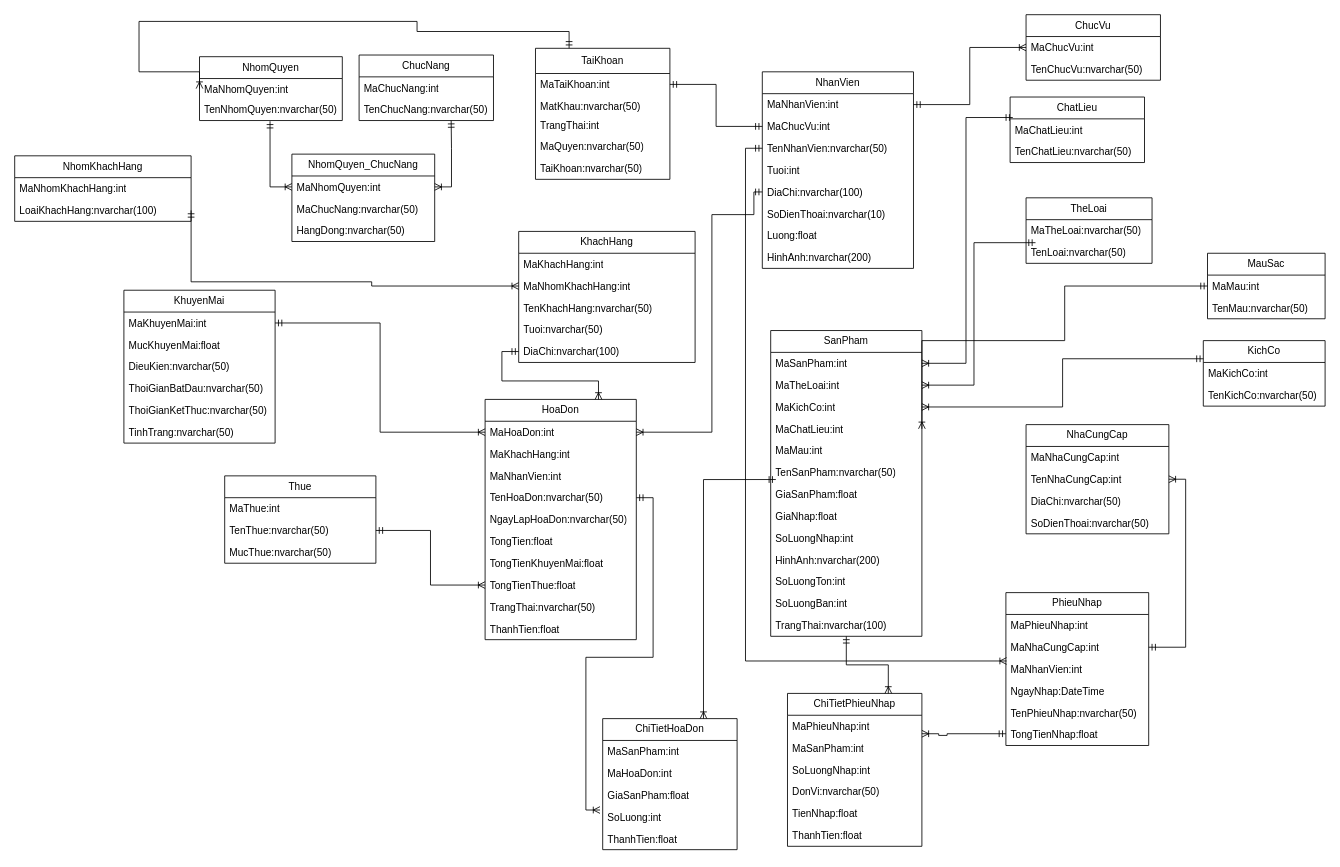
This is Biểu đồ không có tiêu đề (1).drawio from maivantai2003/Database, a draw.io file, before an edit. Source tidied: cells renumbered, new cells numbered last; positions are measured from the earlier drawing's top-left corner, leaving out a move shared by most shapes. Both pictures are drawn from the tidied source at 84%, with x=0, y=0 at pixel (14, 14).
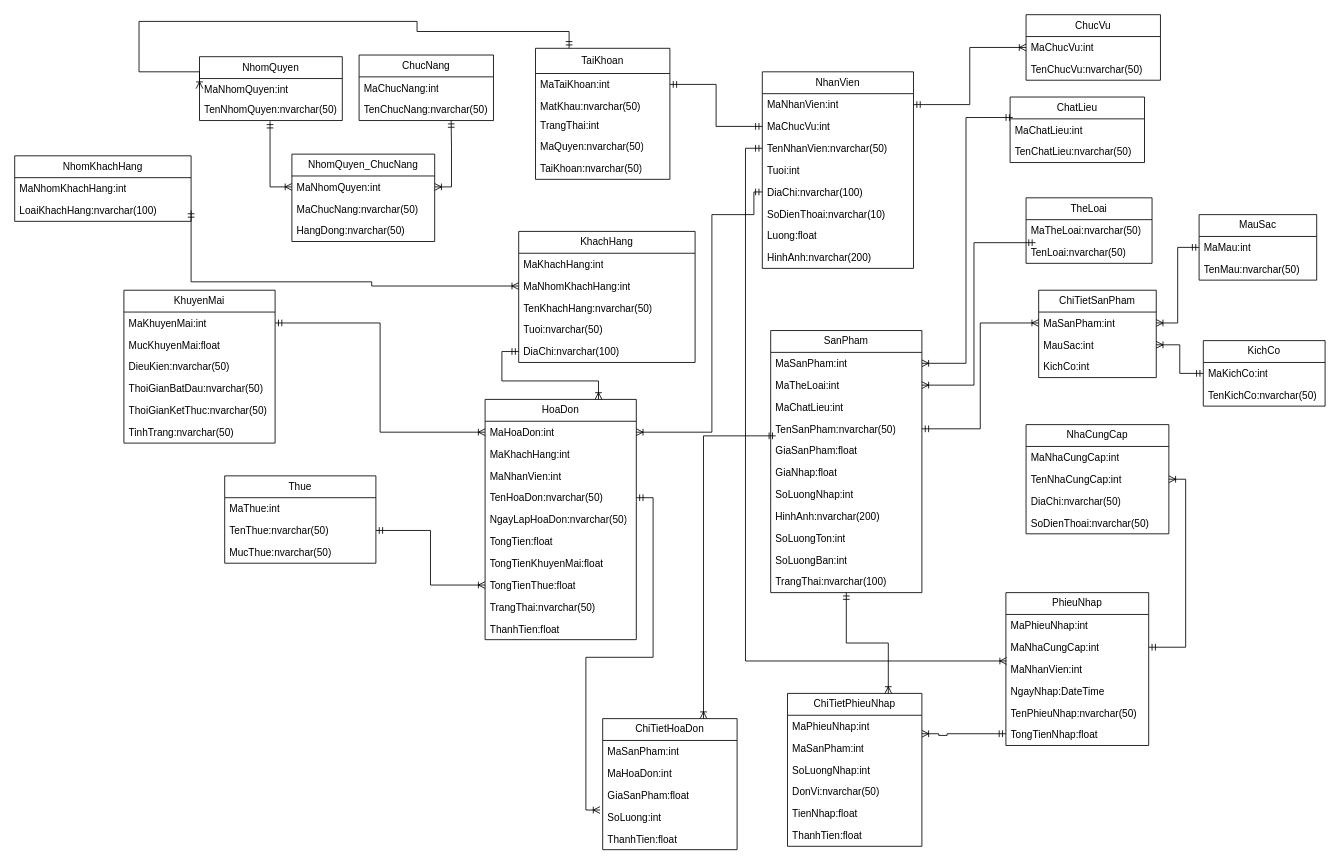
Above is the later version.

Commit message:
Cập nhật Biểu đồ không có tiêu đề (1).drawio

The change refers to these unchanged cells:
```xml
<mxCell id="64" value="MaKichCo:int" style="text;strokeColor=none;fillColor=none;align=left;verticalAlign=top;spacingLeft=4;spacingRight=4;overflow=hidden;points=[[0,0.5],[1,0.5]];portConstraint=eastwest;whiteSpace=wrap;html=1;" parent="63" vertex="1">
  <mxGeometry y="26" width="145" height="26" as="geometry" />
</mxCell>
<mxCell id="129" value="MaMau:int" style="text;strokeColor=none;fillColor=none;align=left;verticalAlign=top;spacingLeft=4;spacingRight=4;overflow=hidden;points=[[0,0.5],[1,0.5]];portConstraint=eastwest;whiteSpace=wrap;html=1;" parent="128" vertex="1">
  <mxGeometry y="26" width="140" height="26" as="geometry" />
</mxCell>
```

Diff of the diagram source:
```diff
@@
     <mxCell id="44" value="SanPham" style="swimlane;fontStyle=0;horizontal=1;startSize=26;fillColor=none;whiteSpace=wrap;html=1;" parent="1" vertex="1">
-      <mxGeometry x="900" y="376" width="180" height="364" as="geometry" />
+      <mxGeometry x="900" y="376" width="180" height="312" as="geometry" />
     </mxCell>
@@
-    <mxCell id="47" value="MaKichCo:int" style="text;strokeColor=none;fillColor=none;align=left;verticalAlign=top;spacingLeft=4;spacingRight=4;overflow=hidden;points=[[0,0.5],[1,0.5]];portConstraint=eastwest;whiteSpace=wrap;html=1;" parent="44" vertex="1">
-      <mxGeometry y="78" width="180" height="26" as="geometry" />
-    </mxCell>
     <mxCell id="48" value="MaChatLieu:int" style="text;strokeColor=none;fillColor=none;align=left;verticalAlign=top;spacingLeft=4;spacingRight=4;overflow=hidden;points=[[0,0.5],[1,0.5]];portConstraint=eastwest;whiteSpace=wrap;html=1;" parent="44" vertex="1">
-      <mxGeometry y="104" width="180" height="26" as="geometry" />
+      <mxGeometry y="78" width="180" height="26" as="geometry" />
     </mxCell>
-    <mxCell id="49" value="MaMau:int" style="text;strokeColor=none;fillColor=none;align=left;verticalAlign=top;spacingLeft=4;spacingRight=4;overflow=hidden;whiteSpace=wrap;html=1;" parent="44" vertex="1">
-      <mxGeometry y="130" width="180" height="26" as="geometry" />
-    </mxCell>
     <mxCell id="50" value="TenSanPham:nvarchar(50)" style="text;strokeColor=none;fillColor=none;align=left;verticalAlign=top;spacingLeft=4;spacingRight=4;overflow=hidden;points=[[0,0.5],[1,0.5]];portConstraint=eastwest;whiteSpace=wrap;html=1;" parent="44" vertex="1">
-      <mxGeometry y="156" width="180" height="26" as="geometry" />
+      <mxGeometry y="104" width="180" height="26" as="geometry" />
     </mxCell>
     <mxCell id="51" value="GiaSanPham:float" style="text;strokeColor=none;fillColor=none;align=left;verticalAlign=top;spacingLeft=4;spacingRight=4;overflow=hidden;points=[[0,0.5],[1,0.5]];portConstraint=eastwest;whiteSpace=wrap;html=1;" parent="44" vertex="1">
-      <mxGeometry y="182" width="180" height="26" as="geometry" />
+      <mxGeometry y="130" width="180" height="26" as="geometry" />
     </mxCell>
     <mxCell id="52" value="GiaNhap:float&lt;br&gt;" style="text;strokeColor=none;fillColor=none;align=left;verticalAlign=top;spacingLeft=4;spacingRight=4;overflow=hidden;whiteSpace=wrap;html=1;" parent="44" vertex="1">
-      <mxGeometry y="208" width="180" height="26" as="geometry" />
+      <mxGeometry y="156" width="180" height="26" as="geometry" />
     </mxCell>
     <mxCell id="53" value="SoLuongNhap:int" style="text;strokeColor=none;fillColor=none;align=left;verticalAlign=top;spacingLeft=4;spacingRight=4;overflow=hidden;whiteSpace=wrap;html=1;" parent="44" vertex="1">
-      <mxGeometry y="234" width="180" height="26" as="geometry" />
+      <mxGeometry y="182" width="180" height="26" as="geometry" />
     </mxCell>
     <mxCell id="54" value="HinhAnh:nvarchar(200)" style="text;strokeColor=none;fillColor=none;align=left;verticalAlign=top;spacingLeft=4;spacingRight=4;overflow=hidden;whiteSpace=wrap;html=1;" parent="44" vertex="1">
-      <mxGeometry y="260" width="180" height="26" as="geometry" />
+      <mxGeometry y="208" width="180" height="26" as="geometry" />
     </mxCell>
     <mxCell id="55" value="SoLuongTon:int" style="text;strokeColor=none;fillColor=none;align=left;verticalAlign=top;spacingLeft=4;spacingRight=4;overflow=hidden;whiteSpace=wrap;html=1;" parent="44" vertex="1">
-      <mxGeometry y="286" width="180" height="26" as="geometry" />
+      <mxGeometry y="234" width="180" height="26" as="geometry" />
     </mxCell>
     <mxCell id="56" value="SoLuongBan:int" style="text;strokeColor=none;fillColor=none;align=left;verticalAlign=top;spacingLeft=4;spacingRight=4;overflow=hidden;whiteSpace=wrap;html=1;" parent="44" vertex="1">
-      <mxGeometry y="312" width="180" height="26" as="geometry" />
+      <mxGeometry y="260" width="180" height="26" as="geometry" />
     </mxCell>
     <mxCell id="57" value="TrangThai:nvarchar(100)" style="text;strokeColor=none;fillColor=none;align=left;verticalAlign=top;spacingLeft=4;spacingRight=4;overflow=hidden;whiteSpace=wrap;html=1;" parent="44" vertex="1">
-      <mxGeometry y="338" width="180" height="26" as="geometry" />
+      <mxGeometry y="286" width="180" height="26" as="geometry" />
     </mxCell>
@@
-    <mxCell id="66" style="edgeStyle=orthogonalEdgeStyle;rounded=0;jettySize=auto;html=1;exitX=1;exitY=0.5;exitDx=0;exitDy=0;entryX=0.001;entryY=-0.169;entryDx=0;entryDy=0;entryPerimeter=0;startArrow=ERoneToMany;startFill=0;endArrow=ERmandOne;endFill=0;" parent="1" edge="1" source="47" target="64">
-      <mxGeometry relative="1" as="geometry" />
-    </mxCell>
@@
     <mxCell id="128" value="MauSac" style="swimlane;fontStyle=0;horizontal=1;startSize=26;fillColor=none;whiteSpace=wrap;html=1;" parent="1" vertex="1">
-      <mxGeometry x="1420" y="284" width="140" height="78" as="geometry" />
+      <mxGeometry x="1410" y="238" width="140" height="78" as="geometry" />
     </mxCell>
@@
-    <mxCell id="131" style="edgeStyle=orthogonalEdgeStyle;rounded=0;jettySize=auto;html=1;exitX=1;exitY=0.5;exitDx=0;exitDy=0;entryX=0;entryY=0.5;entryDx=0;entryDy=0;startArrow=ERoneToMany;startFill=0;endArrow=ERmandOne;endFill=0;" parent="1" edge="1" source="48" target="129">
-      <mxGeometry relative="1" as="geometry">
-        <Array as="points">
-          <mxPoint x="1080" y="388" />
-          <mxPoint x="1250" y="388" />
-          <mxPoint x="1250" y="323" />
-        </Array>
-      </mxGeometry>
-    </mxCell>
+    <mxCell id="132" value="ChiTietSanPham" style="swimlane;fontStyle=0;horizontal=1;startSize=26;fillColor=none;whiteSpace=wrap;html=1;" parent="1" vertex="1">
+      <mxGeometry x="1219" y="328" width="140" height="104" as="geometry" />
+    </mxCell>
+    <mxCell id="133" value="MaSanPham:int" style="text;strokeColor=none;fillColor=none;align=left;verticalAlign=top;spacingLeft=4;spacingRight=4;overflow=hidden;points=[[0,0.5],[1,0.5]];portConstraint=eastwest;whiteSpace=wrap;html=1;" parent="132" vertex="1">
+      <mxGeometry y="26" width="140" height="26" as="geometry" />
+    </mxCell>
+    <mxCell id="134" value="MauSac:int" style="text;strokeColor=none;fillColor=none;align=left;verticalAlign=top;spacingLeft=4;spacingRight=4;overflow=hidden;points=[[0,0.5],[1,0.5]];portConstraint=eastwest;whiteSpace=wrap;html=1;" parent="132" vertex="1">
+      <mxGeometry y="52" width="140" height="26" as="geometry" />
+    </mxCell>
+    <mxCell id="135" value="KichCo:int" style="text;strokeColor=none;fillColor=none;align=left;verticalAlign=top;spacingLeft=4;spacingRight=4;overflow=hidden;whiteSpace=wrap;html=1;" parent="132" vertex="1">
+      <mxGeometry y="78" width="140" height="26" as="geometry" />
+    </mxCell>
+    <mxCell id="136" style="edgeStyle=orthogonalEdgeStyle;rounded=0;jettySize=auto;html=1;exitX=1;exitY=0.5;exitDx=0;exitDy=0;entryX=0;entryY=0.5;entryDx=0;entryDy=0;startArrow=ERmandOne;startFill=0;endArrow=ERoneToMany;endFill=0;" parent="1" edge="1" source="50" target="133">
+      <mxGeometry relative="1" as="geometry" />
+    </mxCell>
+    <mxCell id="137" style="edgeStyle=orthogonalEdgeStyle;rounded=0;jettySize=auto;html=1;exitX=1;exitY=0.5;exitDx=0;exitDy=0;entryX=0;entryY=0.5;entryDx=0;entryDy=0;startArrow=ERoneToMany;startFill=0;endArrow=ERmandOne;endFill=0;" parent="1" edge="1" source="133" target="129">
+      <mxGeometry relative="1" as="geometry" />
+    </mxCell>
+    <mxCell id="138" style="edgeStyle=orthogonalEdgeStyle;rounded=0;jettySize=auto;html=1;exitX=1;exitY=0.5;exitDx=0;exitDy=0;entryX=0;entryY=0.5;entryDx=0;entryDy=0;startArrow=ERoneToMany;startFill=0;endArrow=ERmandOne;endFill=0;" parent="1" edge="1" source="134" target="64">
+      <mxGeometry relative="1" as="geometry" />
+    </mxCell>
```
